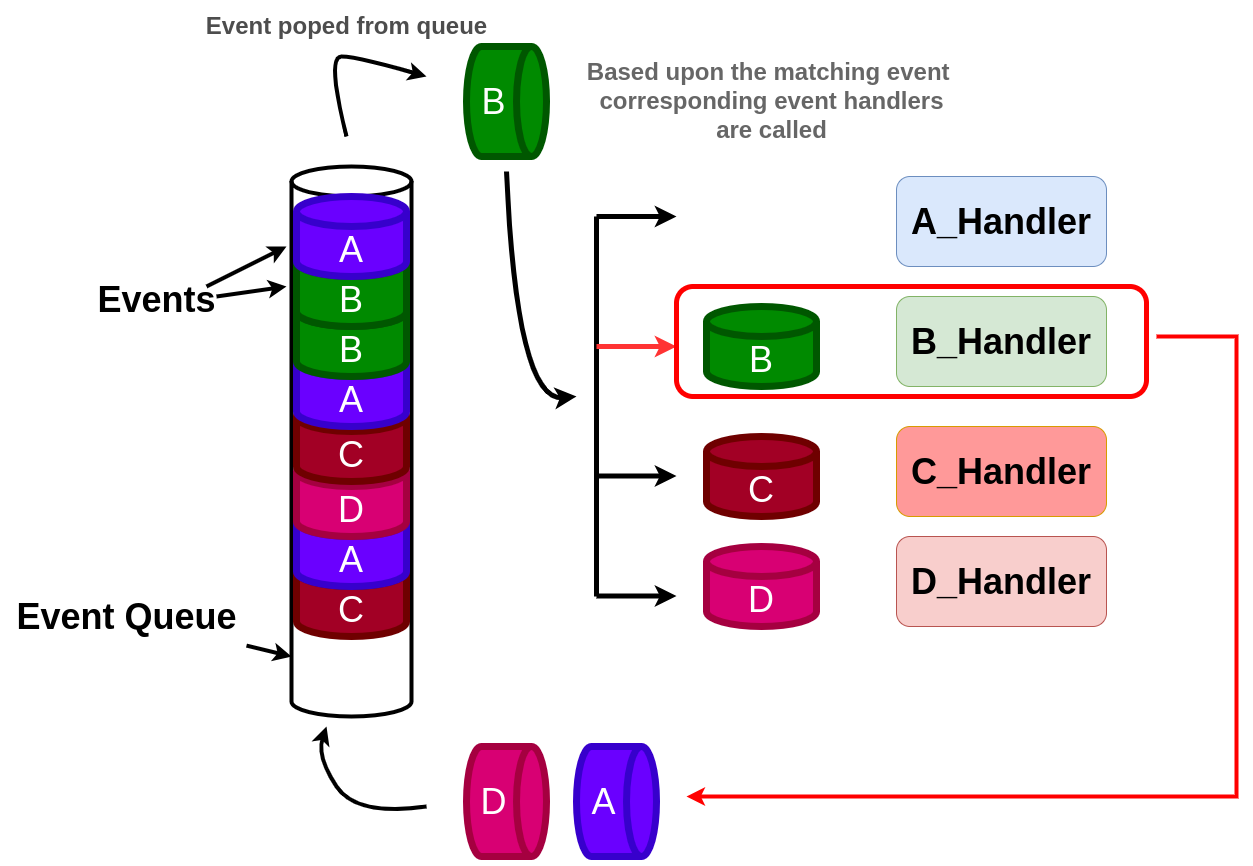
Above: pictures/Discrete-Event-Simulator-General.png in jatin-jatin/Discrete-Event-Simulation-Web-Application (draw.io), before the change. Source tidied: cells renumbered, new cells last; positions are measured from the earlier drawing's top-left corner, leaving out a move shared by most shapes.
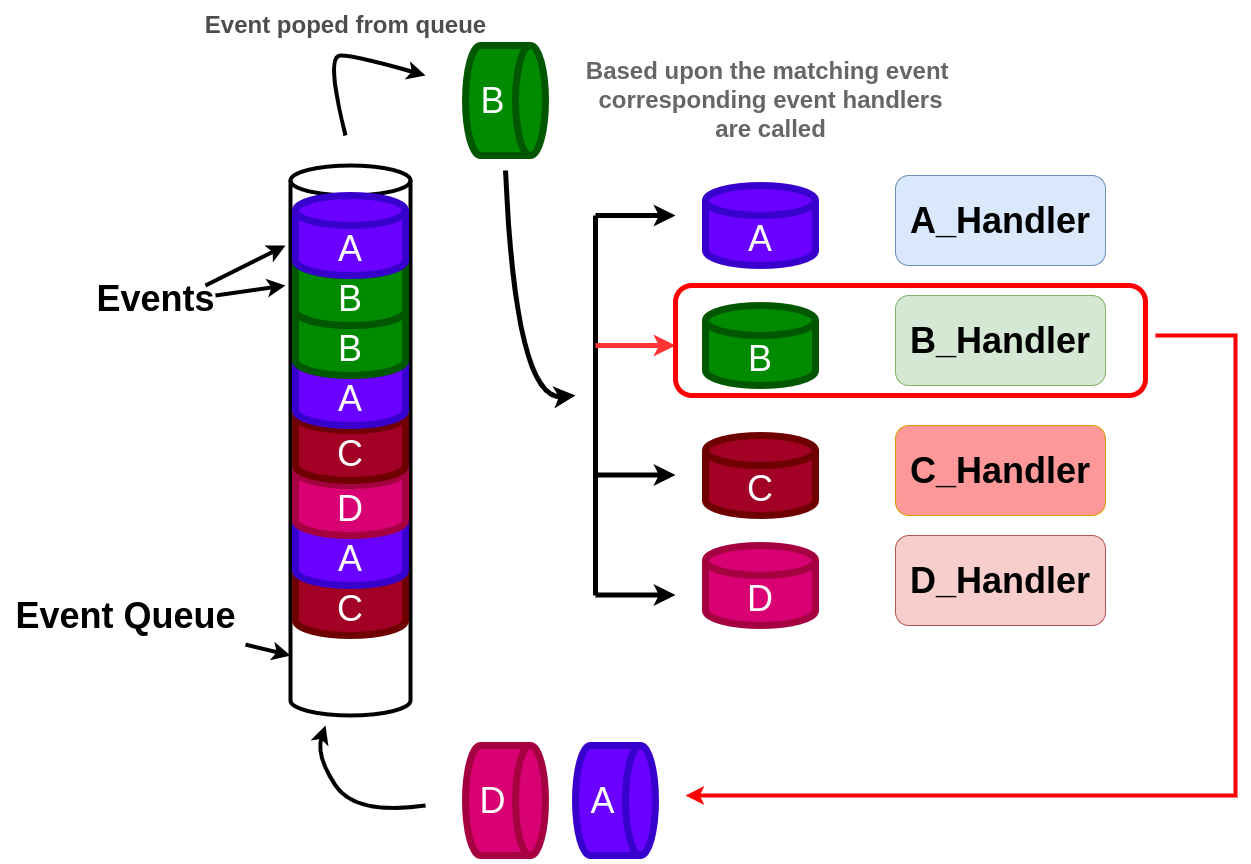
After the change.

Commit message:
Discrete Event Simulator general image corrected

The edit, as a diff of the source:
```diff
@@ -160,5 +160,8 @@
         </Array>
       </mxGeometry>
     </mxCell>
+    <mxCell id="38" value="&lt;font style=&quot;font-size: 36px;&quot;&gt;A&lt;/font&gt;" style="shape=cylinder3;whiteSpace=wrap;html=1;boundedLbl=1;backgroundOutline=1;size=15;fillColor=#6a00ff;fontColor=#ffffff;strokeColor=#3700CC;strokeWidth=7;direction=east;" parent="1" vertex="1">
+      <mxGeometry x="700" y="180" width="110" height="80" as="geometry" />
+    </mxCell>
   </root>
 </mxGraphModel>
```
